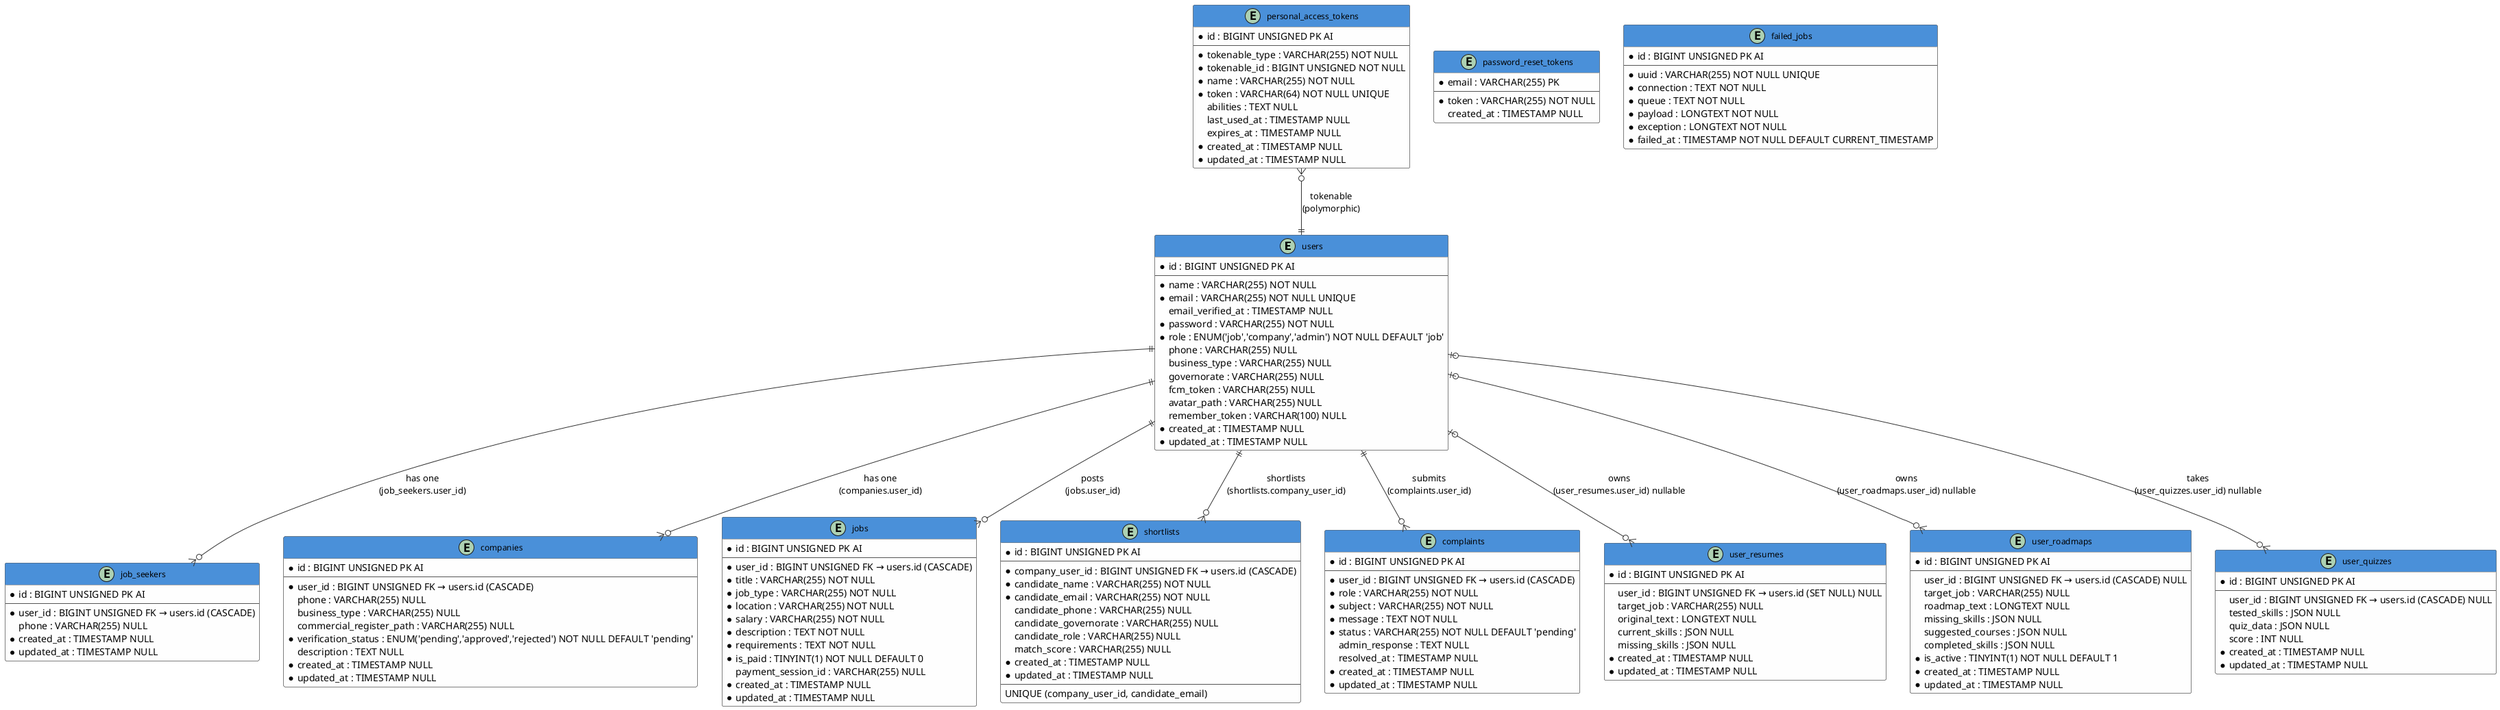
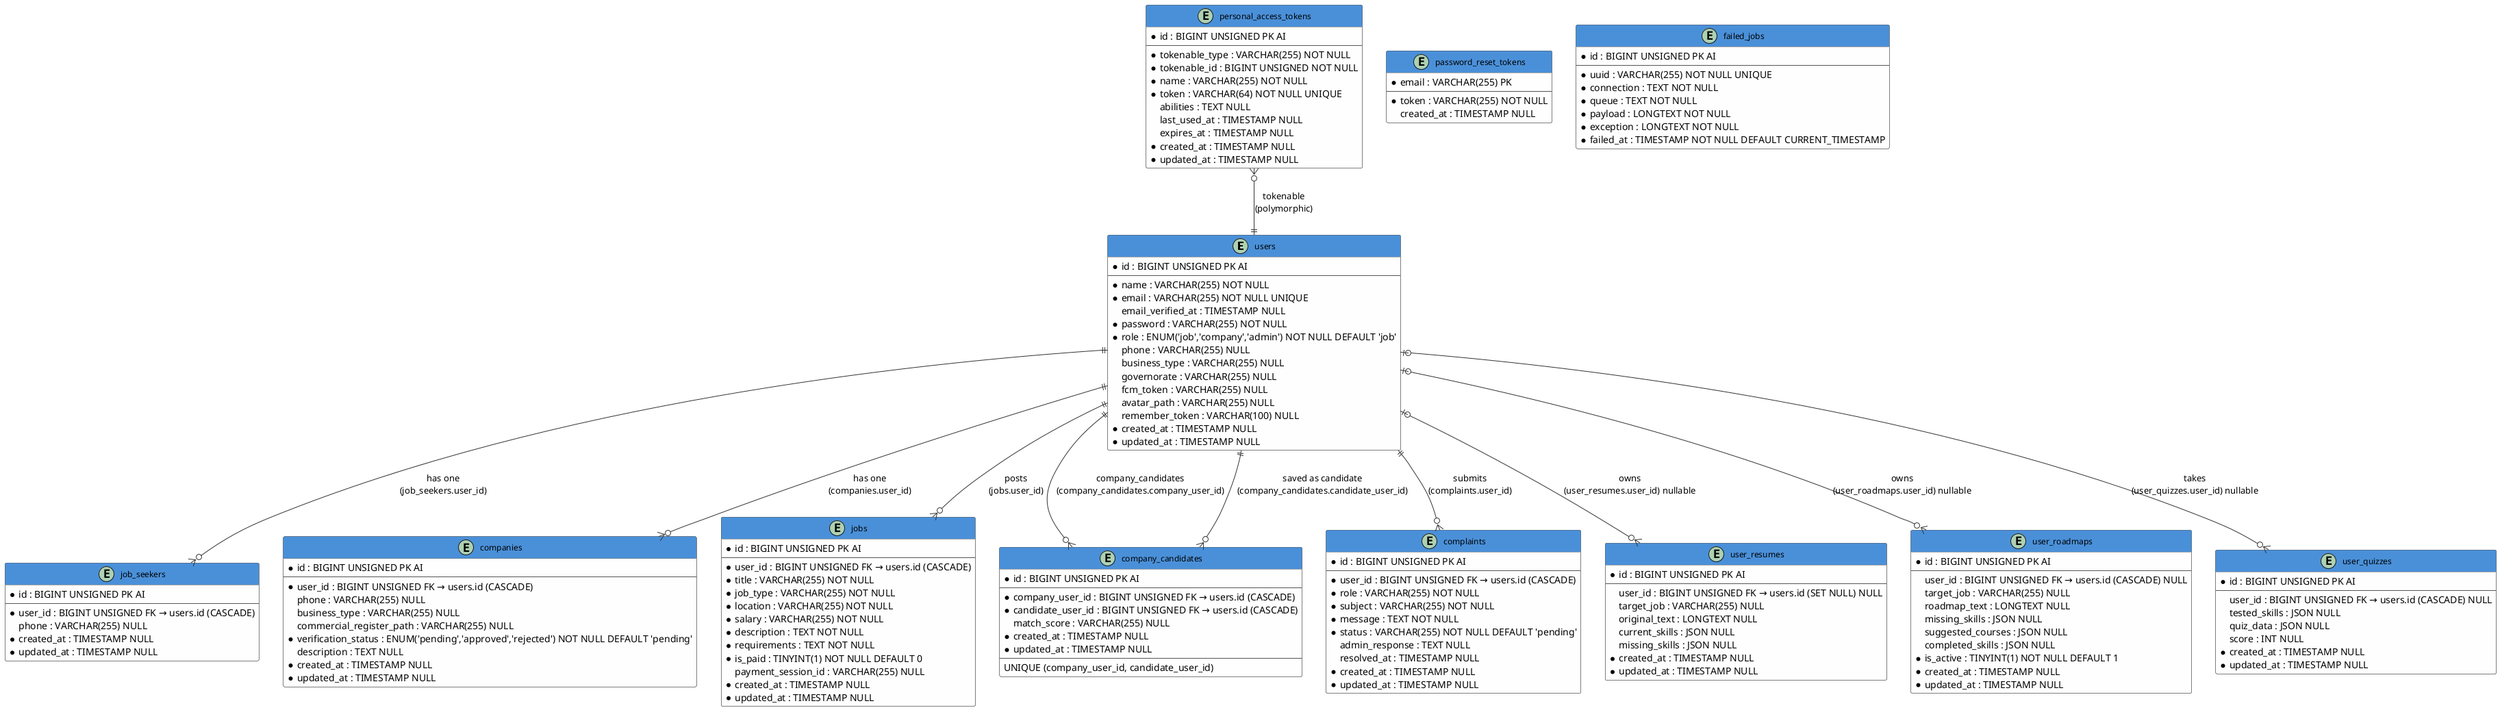
@startuml career_ai_la_ERD

!define TABLE(name,desc) class name as "desc" << (T,#FFAAAA) >>
!define PK(x) <u>x</u>
!define FK(x) #x
!define NN " NOT NULL"
!define NL " NULL"

hide methods
hide stereotypes

skinparam class {
    BackgroundColor #FEFEFE
    BorderColor #555555
    ArrowColor #333333
    FontName Arial
    FontSize 12
    HeaderBackgroundColor #4A90D9
    HeaderFontColor #FFFFFF
}

' ─────────────────────────────────────────
'  USERS
' ─────────────────────────────────────────
entity users {
    * id : BIGINT UNSIGNED PK AI
    --
    * name : VARCHAR(255) NOT NULL
    * email : VARCHAR(255) NOT NULL UNIQUE
    email_verified_at : TIMESTAMP NULL
    * password : VARCHAR(255) NOT NULL
    * role : ENUM('job','company','admin') NOT NULL DEFAULT 'job'
    phone : VARCHAR(255) NULL
    business_type : VARCHAR(255) NULL
    governorate : VARCHAR(255) NULL
    fcm_token : VARCHAR(255) NULL
    avatar_path : VARCHAR(255) NULL
    remember_token : VARCHAR(100) NULL
    * created_at : TIMESTAMP NULL
    * updated_at : TIMESTAMP NULL
}

' ─────────────────────────────────────────
'  PASSWORD_RESET_TOKENS
' ─────────────────────────────────────────
entity password_reset_tokens {
    * email : VARCHAR(255) PK
    --
    * token : VARCHAR(255) NOT NULL
    created_at : TIMESTAMP NULL
}

' ─────────────────────────────────────────
'  PERSONAL_ACCESS_TOKENS  (Sanctum)
' ─────────────────────────────────────────
entity personal_access_tokens {
    * id : BIGINT UNSIGNED PK AI
    --
    * tokenable_type : VARCHAR(255) NOT NULL
    * tokenable_id : BIGINT UNSIGNED NOT NULL
    * name : VARCHAR(255) NOT NULL
    * token : VARCHAR(64) NOT NULL UNIQUE
    abilities : TEXT NULL
    last_used_at : TIMESTAMP NULL
    expires_at : TIMESTAMP NULL
    * created_at : TIMESTAMP NULL
    * updated_at : TIMESTAMP NULL
}

' ─────────────────────────────────────────
'  FAILED_JOBS
' ─────────────────────────────────────────
entity failed_jobs {
    * id : BIGINT UNSIGNED PK AI
    --
    * uuid : VARCHAR(255) NOT NULL UNIQUE
    * connection : TEXT NOT NULL
    * queue : TEXT NOT NULL
    * payload : LONGTEXT NOT NULL
    * exception : LONGTEXT NOT NULL
    * failed_at : TIMESTAMP NOT NULL DEFAULT CURRENT_TIMESTAMP
}

' ─────────────────────────────────────────
'  JOB_SEEKERS
' ─────────────────────────────────────────
entity job_seekers {
    * id : BIGINT UNSIGNED PK AI
    --
    * user_id : BIGINT UNSIGNED FK → users.id (CASCADE)
    phone : VARCHAR(255) NULL
    * created_at : TIMESTAMP NULL
    * updated_at : TIMESTAMP NULL
}

' ─────────────────────────────────────────
'  COMPANIES
' ─────────────────────────────────────────
entity companies {
    * id : BIGINT UNSIGNED PK AI
    --
    * user_id : BIGINT UNSIGNED FK → users.id (CASCADE)
    phone : VARCHAR(255) NULL
    business_type : VARCHAR(255) NULL
    commercial_register_path : VARCHAR(255) NULL
    * verification_status : ENUM('pending','approved','rejected') NOT NULL DEFAULT 'pending'
    description : TEXT NULL
    * created_at : TIMESTAMP NULL
    * updated_at : TIMESTAMP NULL
}

' ─────────────────────────────────────────
'  JOBS
' ─────────────────────────────────────────
entity jobs {
    * id : BIGINT UNSIGNED PK AI
    --
    * user_id : BIGINT UNSIGNED FK → users.id (CASCADE)
    * title : VARCHAR(255) NOT NULL
    * job_type : VARCHAR(255) NOT NULL
    * location : VARCHAR(255) NOT NULL
    * salary : VARCHAR(255) NOT NULL
    * description : TEXT NOT NULL
    * requirements : TEXT NOT NULL
    * is_paid : TINYINT(1) NOT NULL DEFAULT 0
    payment_session_id : VARCHAR(255) NULL
    * created_at : TIMESTAMP NULL
    * updated_at : TIMESTAMP NULL
}

' ─────────────────────────────────────────
- '  SHORTLISTS
- ' ─────────────────────────────────────────
- entity shortlists {
+ '  COMPANY_CANDIDATES
+ ' ─────────────────────────────────────────
+ entity company_candidates {
    * id : BIGINT UNSIGNED PK AI
    --
    * company_user_id : BIGINT UNSIGNED FK → users.id (CASCADE)
-     * candidate_name : VARCHAR(255) NOT NULL
-     * candidate_email : VARCHAR(255) NOT NULL
-     candidate_phone : VARCHAR(255) NULL
-     candidate_governorate : VARCHAR(255) NULL
-     candidate_role : VARCHAR(255) NULL
+     * candidate_user_id : BIGINT UNSIGNED FK → users.id (CASCADE)
    match_score : VARCHAR(255) NULL
    * created_at : TIMESTAMP NULL
    * updated_at : TIMESTAMP NULL
    --
-     UNIQUE (company_user_id, candidate_email)
+     UNIQUE (company_user_id, candidate_user_id)
}

' ─────────────────────────────────────────
'  COMPLAINTS
' ─────────────────────────────────────────
entity complaints {
    * id : BIGINT UNSIGNED PK AI
    --
    * user_id : BIGINT UNSIGNED FK → users.id (CASCADE)
    * role : VARCHAR(255) NOT NULL
    * subject : VARCHAR(255) NOT NULL
    * message : TEXT NOT NULL
    * status : VARCHAR(255) NOT NULL DEFAULT 'pending'
    admin_response : TEXT NULL
    resolved_at : TIMESTAMP NULL
    * created_at : TIMESTAMP NULL
    * updated_at : TIMESTAMP NULL
}

' ─────────────────────────────────────────
'  USER_RESUMES
' ─────────────────────────────────────────
entity user_resumes {
    * id : BIGINT UNSIGNED PK AI
    --
    user_id : BIGINT UNSIGNED FK → users.id (SET NULL) NULL
    target_job : VARCHAR(255) NULL
    original_text : LONGTEXT NULL
    current_skills : JSON NULL
    missing_skills : JSON NULL
    * created_at : TIMESTAMP NULL
    * updated_at : TIMESTAMP NULL
}

' ─────────────────────────────────────────
'  USER_ROADMAPS
' ─────────────────────────────────────────
entity user_roadmaps {
    * id : BIGINT UNSIGNED PK AI
    --
    user_id : BIGINT UNSIGNED FK → users.id (CASCADE) NULL
    target_job : VARCHAR(255) NULL
    roadmap_text : LONGTEXT NULL
    missing_skills : JSON NULL
    suggested_courses : JSON NULL
    completed_skills : JSON NULL
    * is_active : TINYINT(1) NOT NULL DEFAULT 1
    * created_at : TIMESTAMP NULL
    * updated_at : TIMESTAMP NULL
}

' ─────────────────────────────────────────
'  USER_QUIZZES
' ─────────────────────────────────────────
entity user_quizzes {
    * id : BIGINT UNSIGNED PK AI
    --
    user_id : BIGINT UNSIGNED FK → users.id (CASCADE) NULL
    tested_skills : JSON NULL
    quiz_data : JSON NULL
    score : INT NULL
    * created_at : TIMESTAMP NULL
    * updated_at : TIMESTAMP NULL
}

' ═══════════════════════════════════════════
'  RELATIONSHIPS
' ═══════════════════════════════════════════

' users (1) ──< job_seekers (N)
users ||--o{ job_seekers : "has one\n(job_seekers.user_id)"

' users (1) ──< companies (N)
users ||--o{ companies : "has one\n(companies.user_id)"

' users (1) ──< jobs (N) — company posts jobs
users ||--o{ jobs : "posts\n(jobs.user_id)"

- ' users (1) ──< shortlists (N) — company shortlists candidates
- users ||--o{ shortlists : "shortlists\n(shortlists.company_user_id)"
+ ' users (1) ──< company_candidates (N) — company saves candidates
+ users ||--o{ company_candidates : "company_candidates\n(company_candidates.company_user_id)"
+ 
+ ' users (1) ──< company_candidates (N) — saved job seeker
+ users ||--o{ company_candidates : "saved as candidate\n(company_candidates.candidate_user_id)"

' users (1) ──< complaints (N)
users ||--o{ complaints : "submits\n(complaints.user_id)"

' users (1) ──< user_resumes (N)
users |o--o{ user_resumes : "owns\n(user_resumes.user_id) nullable"

' users (1) ──< user_roadmaps (N)
users |o--o{ user_roadmaps : "owns\n(user_roadmaps.user_id) nullable"

' users (1) ──< user_quizzes (N)
users |o--o{ user_quizzes : "takes\n(user_quizzes.user_id) nullable"

' personal_access_tokens — polymorphic morph to users
personal_access_tokens }o--|| users : "tokenable\n(polymorphic)"

@enduml
